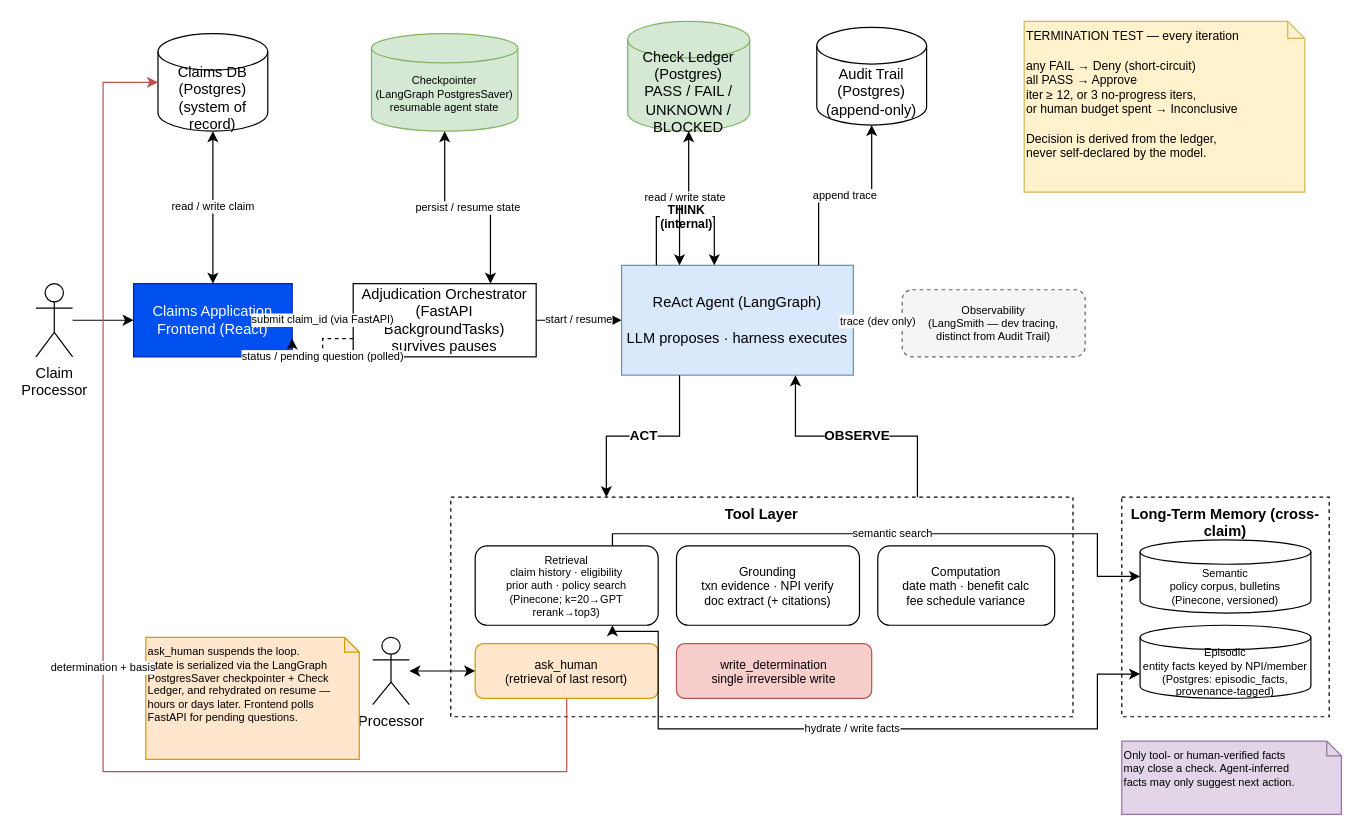
Above: specs/Capstone Claim Project v2.drawio in mathurparitosh/agentic-claim-processing (draw.io), before the change. Source tidied: cells renumbered, new cells numbered last; positions are measured from the earlier drawing's top-left corner, leaving out a move shared by most shapes. Both pictures are drawn from the tidied source at 122%, with x=0, y=0 at pixel (35, 21).
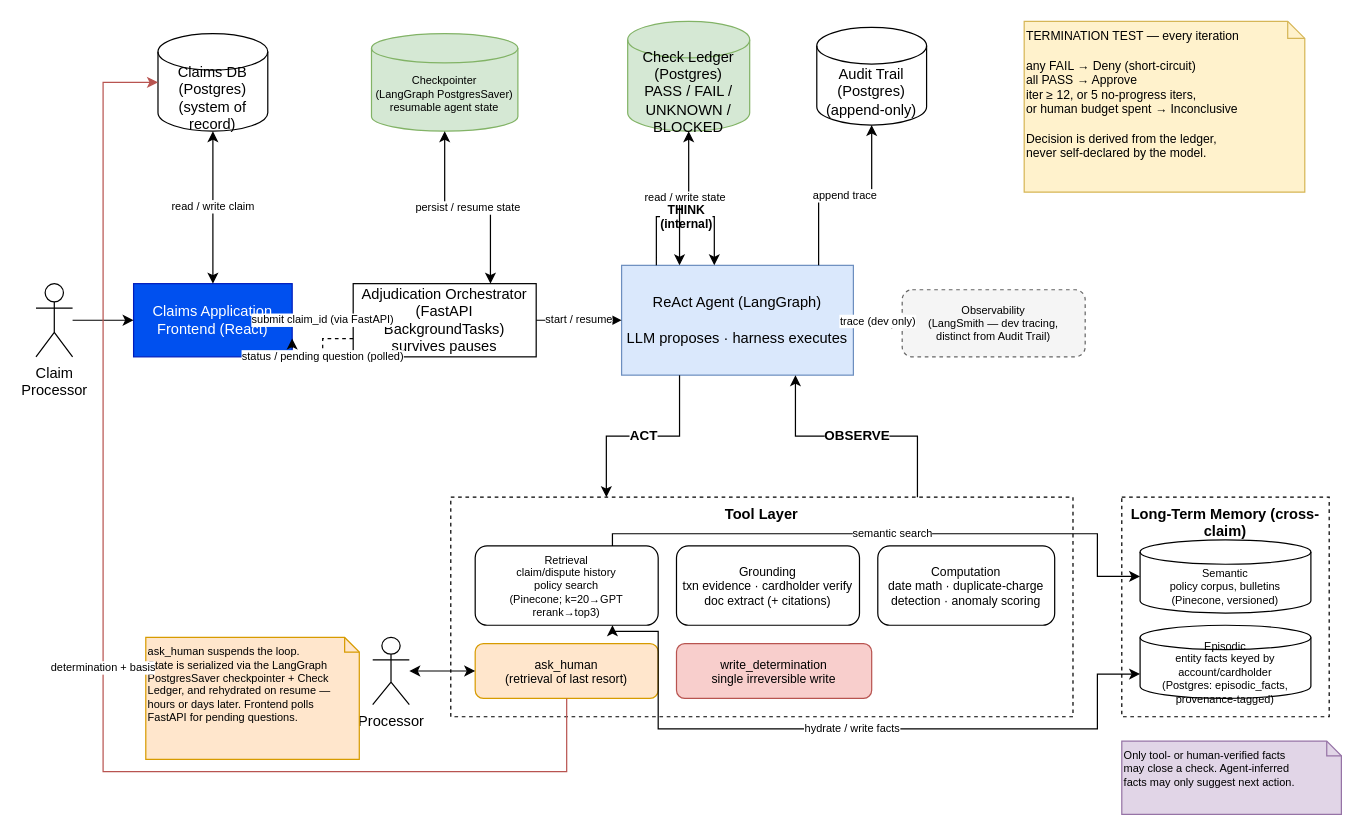
The same page after the edit.

What changed in the source:
```diff
@@
-    <mxCell id="12" value="Retrieval&#10;claim history · eligibility&#10;prior auth · policy search&#10;(Pinecone; k=20→GPT rerank→top3)" style="rounded=1;whiteSpace=wrap;html=1;fontSize=9;" parent="1" vertex="1">
+    <mxCell id="12" value="Retrieval&#10;claim/dispute history&#10;policy search&#10;(Pinecone; k=20→GPT rerank→top3)" style="rounded=1;whiteSpace=wrap;html=1;fontSize=9;" parent="1" vertex="1">
       <mxGeometry x="360" y="430" width="150" height="65" as="geometry" />
     </mxCell>
-    <mxCell id="13" value="Grounding&#10;txn evidence · NPI verify&#10;doc extract (+ citations)" style="rounded=1;whiteSpace=wrap;html=1;fontSize=10;" parent="1" vertex="1">
+    <mxCell id="13" value="Grounding&#10;txn evidence · cardholder verify&#10;doc extract (+ citations)" style="rounded=1;whiteSpace=wrap;html=1;fontSize=10;" parent="1" vertex="1">
       <mxGeometry x="525" y="430" width="150" height="65" as="geometry" />
     </mxCell>
-    <mxCell id="14" value="Computation&#10;date math · benefit calc&#10;fee schedule variance" style="rounded=1;whiteSpace=wrap;html=1;fontSize=10;" parent="1" vertex="1">
+    <mxCell id="14" value="Computation&#10;date math · duplicate-charge&#10;detection · anomaly scoring" style="rounded=1;whiteSpace=wrap;html=1;fontSize=10;" parent="1" vertex="1">
       <mxGeometry x="690" y="430" width="145" height="65" as="geometry" />
     </mxCell>
@@
-    <mxCell id="19" value="Episodic&#10;entity facts keyed by NPI/member&#10;(Postgres: episodic_facts, provenance-tagged)" style="shape=cylinder3;whiteSpace=wrap;html=1;boundedLbl=1;backgroundOutline=1;size=10;fontSize=9;" parent="1" vertex="1">
+    <mxCell id="19" value="Episodic&#10;entity facts keyed by account/cardholder&#10;(Postgres: episodic_facts, provenance-tagged)" style="shape=cylinder3;whiteSpace=wrap;html=1;boundedLbl=1;backgroundOutline=1;size=10;fontSize=9;" parent="1" vertex="1">
       <mxGeometry x="905" y="495" width="140" height="60" as="geometry" />
     </mxCell>
@@
-    <mxCell id="21" value="TERMINATION TEST — every iteration&#10;&#10;any FAIL → Deny (short-circuit)&#10;all PASS → Approve&#10;iter ≥ 12, or 3 no-progress iters,&#10;or human budget spent → Inconclusive&#10;&#10;Decision is derived from the ledger,&#10;never self-declared by the model." style="shape=note;whiteSpace=wrap;html=1;size=14;align=left;verticalAlign=top;fontSize=10;fillColor=#fff2cc;strokeColor=#d6b656;" parent="1" vertex="1">
+    <mxCell id="21" value="TERMINATION TEST — every iteration&#10;&#10;any FAIL → Deny (short-circuit)&#10;all PASS → Approve&#10;iter ≥ 12, or 5 no-progress iters,&#10;or human budget spent → Inconclusive&#10;&#10;Decision is derived from the ledger,&#10;never self-declared by the model." style="shape=note;whiteSpace=wrap;html=1;size=14;align=left;verticalAlign=top;fontSize=10;fillColor=#fff2cc;strokeColor=#d6b656;" parent="1" vertex="1">
       <mxGeometry x="810" width="230" height="140" as="geometry" />
     </mxCell>
```
